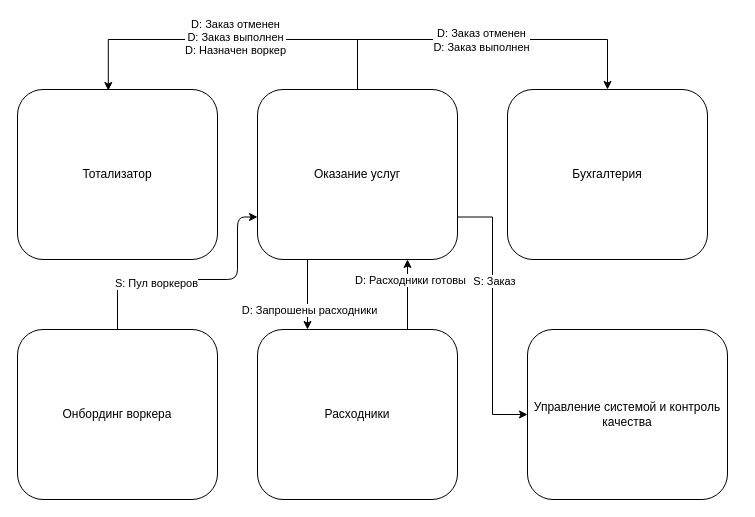
Above: 1/domain.drawio in teddybear/system_analysis_course (draw.io), before the change. Source tidied: cells renumbered, new cells numbered last; positions are measured from the earlier drawing's top-left corner, leaving out a move shared by most shapes. Both pictures are drawn from the tidied source at 100%, with x=0, y=0 at pixel (17, 39).
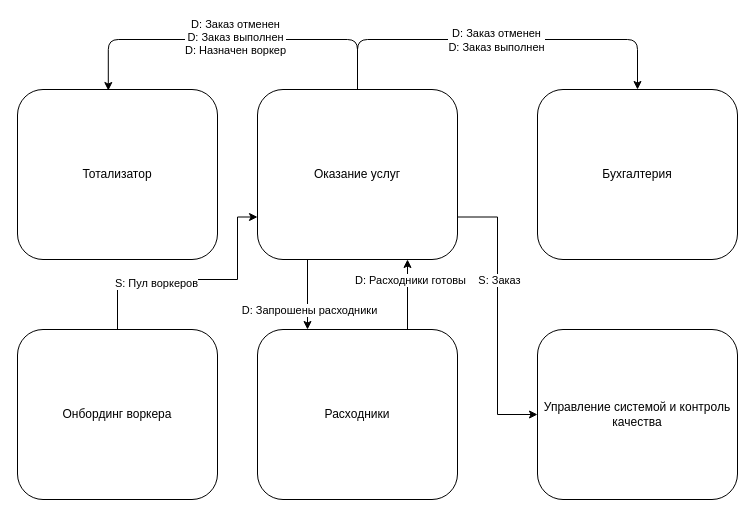
Above is the later version.

The change refers to these unchanged cells:
```xml
<mxCell id="10" value="Оказание услуг" style="rounded=1;whiteSpace=wrap;html=1;" parent="1" vertex="1">
  <mxGeometry x="240" y="50" width="200" height="170" as="geometry" />
</mxCell>
<mxCell id="11" value="Тотализатор" style="rounded=1;whiteSpace=wrap;html=1;" parent="1" vertex="1">
  <mxGeometry y="50" width="200" height="170" as="geometry" />
</mxCell>
<mxCell id="19" value="Онбординг воркера" style="rounded=1;whiteSpace=wrap;html=1;" parent="1" vertex="1">
  <mxGeometry y="290" width="200" height="170" as="geometry" />
</mxCell>
```

What changed in the source:
```diff
@@
-    <mxCell id="2" style="edgeStyle=orthogonalEdgeStyle;rounded=0;jettySize=auto;html=1;exitX=0.5;exitY=0;exitDx=0;exitDy=0;entryX=0.5;entryY=0;entryDx=0;entryDy=0;" parent="1" edge="1" source="10" target="12">
+    <mxCell id="2" style="edgeStyle=orthogonalEdgeStyle;rounded=1;jettySize=auto;html=1;exitX=0.5;exitY=0;exitDx=0;exitDy=0;entryX=0.5;entryY=0;entryDx=0;entryDy=0;" parent="1" edge="1" source="10" target="12">
       <mxGeometry relative="1" as="geometry">
         <Array as="points">
           <mxPoint x="340" />
-          <mxPoint x="590" />
+          <mxPoint x="620" />
         </Array>
       </mxGeometry>
     </mxCell>
@@
-    <mxCell id="8" style="edgeStyle=orthogonalEdgeStyle;rounded=1;jettySize=auto;html=1;exitX=0;exitY=0.75;exitDx=0;exitDy=0;startArrow=classic;startFill=1;endArrow=none;endFill=0;entryX=0.5;entryY=0;entryDx=0;entryDy=0;" parent="1" edge="1" source="10" target="19">
+    <mxCell id="8" style="edgeStyle=orthogonalEdgeStyle;rounded=0;jettySize=auto;html=1;exitX=0;exitY=0.75;exitDx=0;exitDy=0;startArrow=classic;startFill=1;endArrow=none;endFill=0;entryX=0.5;entryY=0;entryDx=0;entryDy=0;" parent="1" edge="1" source="10" target="19">
       <mxGeometry relative="1" as="geometry">
         <Array as="points">
           <mxPoint x="220" y="177" />
           <mxPoint x="220" y="240" />
           <mxPoint x="100" y="240" />
         </Array>
       </mxGeometry>
     </mxCell>
@@
     <mxCell id="12" value="Бухгалтерия" style="rounded=1;whiteSpace=wrap;html=1;" parent="1" vertex="1">
-      <mxGeometry x="490" y="50" width="200" height="170" as="geometry" />
+      <mxGeometry x="520" y="50" width="200" height="170" as="geometry" />
     </mxCell>
@@
     <mxCell id="16" value="Управление системой и контроль качества" style="rounded=1;whiteSpace=wrap;html=1;" parent="1" vertex="1">
-      <mxGeometry x="510" y="290" width="200" height="170" as="geometry" />
+      <mxGeometry x="520" y="290" width="200" height="170" as="geometry" />
     </mxCell>
-    <mxCell id="17" style="edgeStyle=orthogonalEdgeStyle;rounded=0;jettySize=auto;html=1;exitX=0.5;exitY=0;exitDx=0;exitDy=0;entryX=0.454;entryY=0.006;entryDx=0;entryDy=0;entryPerimeter=0;" parent="1" edge="1" source="10" target="11">
+    <mxCell id="17" style="edgeStyle=orthogonalEdgeStyle;rounded=1;jettySize=auto;html=1;exitX=0.5;exitY=0;exitDx=0;exitDy=0;entryX=0.454;entryY=0.006;entryDx=0;entryDy=0;entryPerimeter=0;" parent="1" edge="1" source="10" target="11">
       <mxGeometry relative="1" as="geometry">
         <Array as="points">
           <mxPoint x="340" />
           <mxPoint x="91" />
         </Array>
       </mxGeometry>
     </mxCell>
```
